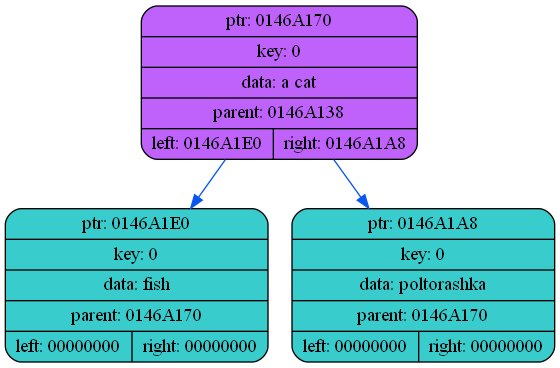
Above: dump/dump1.png in coffee8cat/akinator (Graphviz), before the change. Its source is kept beside it as dump/dump1.dot.
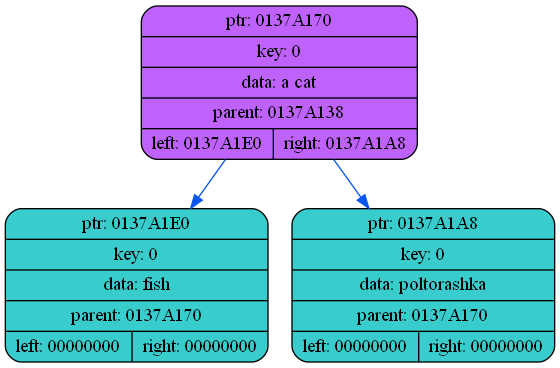
After the commit.

The edit, as a diff of the source:
```diff
@@ -2,9 +2,9 @@
 {
     rankdir=TP
 
-        node0146A170[shape=record,style="rounded,filled",fillcolor="#BF62FC",label="{ ptr: 0146A170 | key: 0 | data: a cat| parent: 0146A138| { left: 0146A1E0 | right: 0146A1A8 }}"];
-    node0146A170 -> node0146A1E0[color="#0855F0"]
-    node0146A1E0[shape=record,style="rounded,filled",fillcolor="#39CCCC",label="{ ptr: 0146A1E0 | key: 0 | data: fish| parent: 0146A170 | { left: 00000000 | right: 00000000 }}"];
-    node0146A170 -> node0146A1A8[color="#0855F0"]
-    node0146A1A8[shape=record,style="rounded,filled",fillcolor="#39CCCC",label="{ ptr: 0146A1A8 | key: 0 | data: poltorashka| parent: 0146A170 | { left: 00000000 | right: 00000000 }}"];
+        node0137A170[shape=record,style="rounded,filled",fillcolor="#BF62FC",label="{ ptr: 0137A170 | key: 0 | data: a cat| parent: 0137A138| { left: 0137A1E0 | right: 0137A1A8 }}"];
+    node0137A170 -> node0137A1E0[color="#0855F0"]
+    node0137A1E0[shape=record,style="rounded,filled",fillcolor="#39CCCC",label="{ ptr: 0137A1E0 | key: 0 | data: fish| parent: 0137A170 | { left: 00000000 | right: 00000000 }}"];
+    node0137A170 -> node0137A1A8[color="#0855F0"]
+    node0137A1A8[shape=record,style="rounded,filled",fillcolor="#39CCCC",label="{ ptr: 0137A1A8 | key: 0 | data: poltorashka| parent: 0137A170 | { left: 00000000 | right: 00000000 }}"];
 }
```
